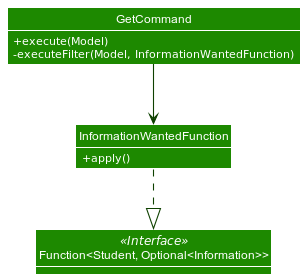
Earlier version of the PlantUML export docs/images/dg/logic/commands/getcommand/GetCommandClassDiagram.png (nus-cs2103-AY2122S1/tp).
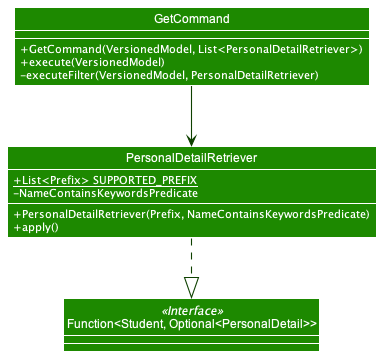
After the change.

Diff of the diagram source:
```diff
@@ -1,6 +1,7 @@
 @startuml
 !include ../../../style.puml
 show method
+show fields
 skinparam defaultFontColor #FFFFFF
 skinparam classAttributeIconSize 0
 skinparam arrowThickness 1.1
@@ -8,18 +9,22 @@
 skinparam classBackgroundColor UI_COLOR
 skinparam genericDisplay old
 
-class InformationWantedFunction {
-+  {static} List<Prefix> SUPPORTED_PREFIX
+class PersonalDetailRetriever {
++ {Static} List<Prefix> SUPPORTED_PREFIX
+- NameContainsKeywordsPredicate
+
++ PersonalDetailRetriever(Prefix, NameContainsKeywordsPredicate)
 + apply()
 }
 class GetCommand {
-+ execute(Model)
-- executeFilter(Model, InformationWantedFunction)
++ GetCommand(VersionedModel, List<PersonalDetailRetriever>)
++ execute(VersionedModel)
+- executeFilter(VersionedModel, PersonalDetailRetriever)
 }
 
-class Function<Student, Optional<Information>> <<Interface>>{
+class Function<Student, Optional<PersonalDetail>> <<Interface>>{
 }
 
-InformationWantedFunction ..|> Function
-GetCommand --> "*" InformationWantedFunction
+PersonalDetailRetriever ..|> Function
+GetCommand --> "*" PersonalDetailRetriever
 @enduml
```
